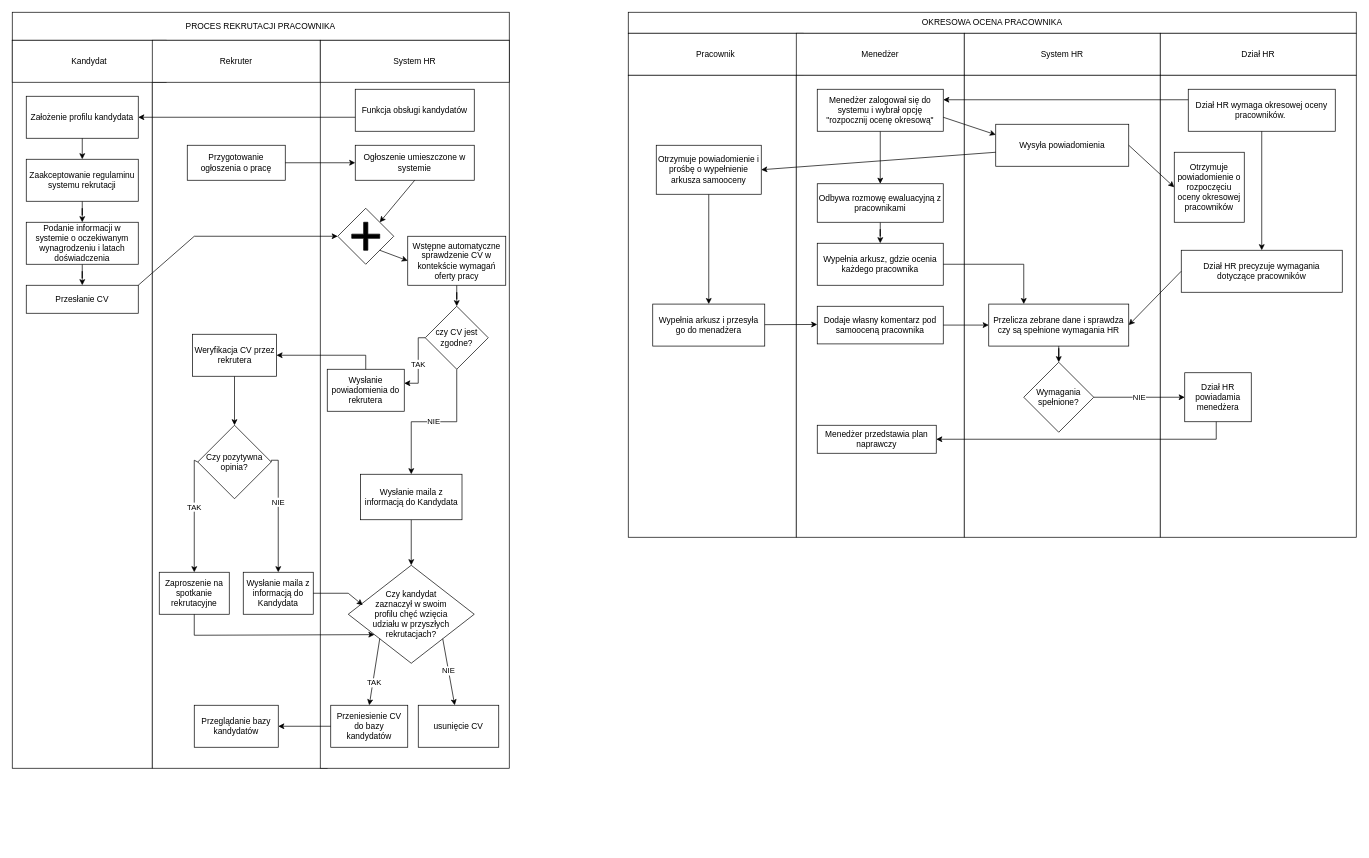
Above: Diagram bez tytułu.drawio in bwx33/draw (draw.io), before the change. Source tidied: cells renumbered, new cells numbered last; positions are measured from the earlier drawing's top-left corner, leaving out a move shared by most shapes. Both pictures are drawn from the tidied source at 70%, with x=0, y=0 at pixel (12, 12).
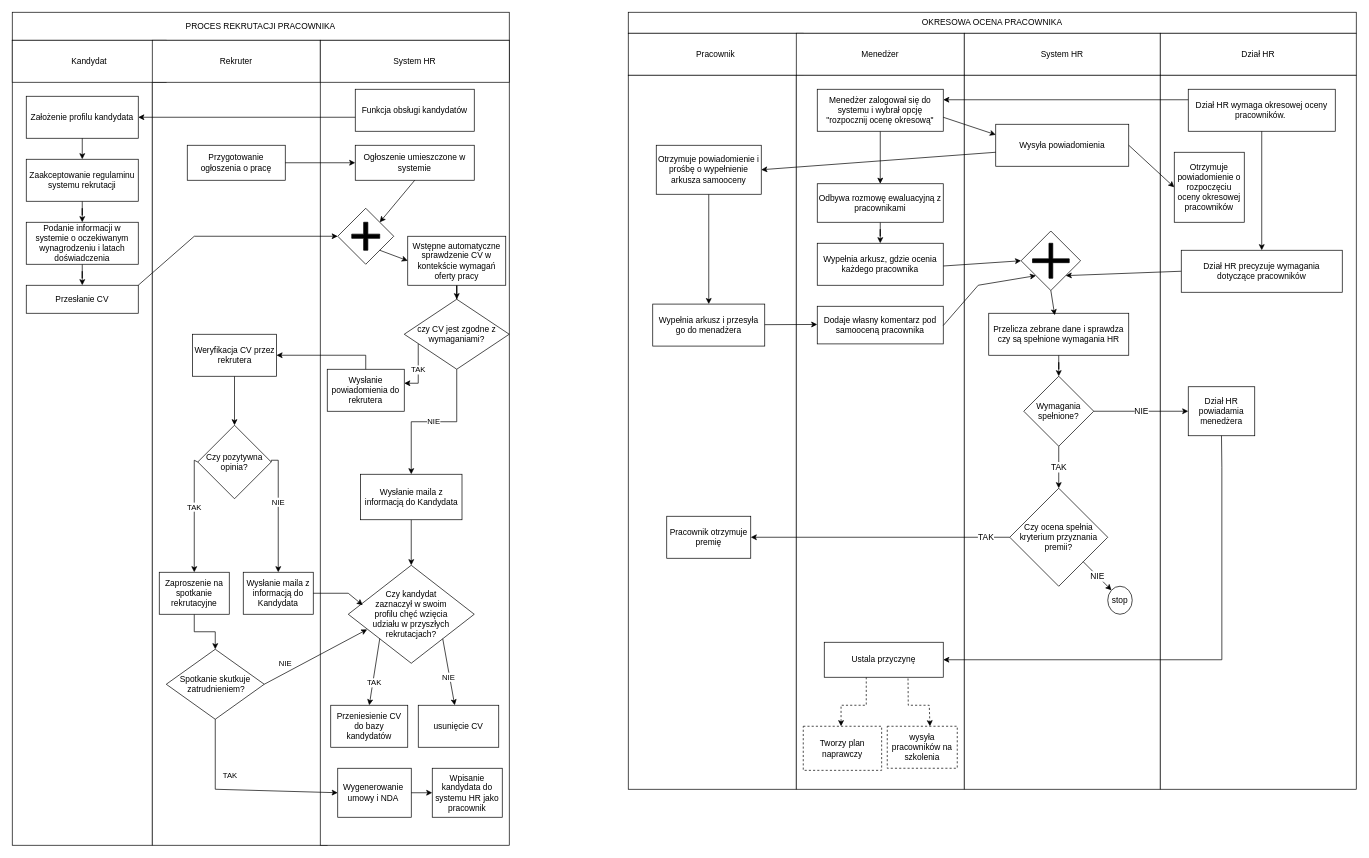
After the change.

Unchanged cells that the change refers to:
```xml
<mxCell id="24" value="Zaproszenie na spotkanie rekrutacyjne" style="rounded=0;whiteSpace=wrap;html=1;" parent="1" vertex="1">
  <mxGeometry x="210" y="800" width="100" height="60" as="geometry" />
</mxCell>
<mxCell id="37" value="Czy kandydat &lt;br&gt;zaznaczył w swoim &lt;br&gt;profilu chęć wzięcia &lt;br&gt;udziału w przyszłych rekrutacjach?" style="rhombus;whiteSpace=wrap;html=1;" parent="1" vertex="1">
  <mxGeometry x="480" y="790" width="180" height="140" as="geometry" />
</mxCell>
<mxCell id="39" value="Przeniesienie CV do bazy kandydatów" style="rounded=0;whiteSpace=wrap;html=1;" parent="1" vertex="1">
  <mxGeometry x="455" y="990" width="110" height="60" as="geometry" />
</mxCell>
<mxCell id="42" style="endArrow=classic;html=1;rounded=0;exitX=1;exitY=1;exitDx=0;exitDy=0;" parent="1" edge="1" source="37" target="38">
  <mxGeometry relative="1" as="geometry" />
</mxCell>
<mxCell id="78" value="Dział HR precyzuje wymagania &lt;br&gt;dotyczące pracowników" style="rounded=0;whiteSpace=wrap;html=1;" parent="1" vertex="1">
  <mxGeometry x="1670" y="340" width="230" height="60" as="geometry" />
</mxCell>
<mxCell id="80" value="Dodaje własny komentarz pod samooceną pracownika" style="rounded=0;whiteSpace=wrap;html=1;" parent="1" vertex="1">
  <mxGeometry x="1150" y="420" width="180" height="53.8" as="geometry" />
</mxCell>
```

Diff of the diagram source:
```diff
@@
     <mxCell id="2" style="rounded=0;whiteSpace=wrap;html=1;" parent="1" vertex="1">
-      <mxGeometry y="40" width="200" height="1040" as="geometry" />
+      <mxGeometry y="40" width="200" height="1150" as="geometry" />
     </mxCell>
     <mxCell id="3" style="rounded=0;whiteSpace=wrap;html=1;" parent="1" vertex="1">
-      <mxGeometry x="200" y="35" width="250" height="1045" as="geometry" />
+      <mxGeometry x="200" y="35" width="250" height="1155" as="geometry" />
     </mxCell>
     <mxCell id="4" style="rounded=0;whiteSpace=wrap;html=1;" parent="1" vertex="1">
-      <mxGeometry x="440" y="40" width="270" height="1040" as="geometry" />
+      <mxGeometry x="440" y="40" width="270" height="1150" as="geometry" />
     </mxCell>
@@
-    <mxCell id="16" value="czy CV jest zgodne?" style="rhombus;whiteSpace=wrap;html=1;" parent="1" vertex="1">
-      <mxGeometry x="590" y="420" width="90" height="90" as="geometry" />
+    <mxCell id="16" value="czy CV jest zgodne z wymaganiami?" style="rhombus;whiteSpace=wrap;html=1;" parent="1" vertex="1">
+      <mxGeometry x="560" y="410" width="150" height="100" as="geometry" />
     </mxCell>
@@
+    <mxCell id="91" style="edgeStyle=orthogonalEdgeStyle;rounded=0;jettySize=auto;html=1;" parent="1" edge="1" source="24" target="92">
+      <mxGeometry relative="1" as="geometry" />
+    </mxCell>
@@
     <mxCell id="43" value="NIE" style="edgeLabel;html=1;align=center;verticalAlign=middle;" parent="42" vertex="1">
-      <mxGeometry x="-0.04" y="-1" relative="1" as="geometry" />
+      <mxGeometry x="-0.04" y="-1" relative="1" as="geometry">
+        <mxPoint y="9" as="offset" />
+      </mxGeometry>
     </mxCell>
@@
-    <mxCell id="49" value="Przeglądanie bazy kandydatów" style="rounded=0;whiteSpace=wrap;html=1;" parent="1" vertex="1">
-      <mxGeometry x="260" y="990" width="120" height="60" as="geometry" />
-    </mxCell>
-    <mxCell id="50" style="endArrow=classic;html=1;rounded=0;entryX=1;entryY=0.5;entryDx=0;entryDy=0;exitX=0;exitY=0.5;exitDx=0;exitDy=0;" parent="1" edge="1" source="39" target="49">
-      <mxGeometry relative="1" as="geometry" />
-    </mxCell>
-    <mxCell id="51" style="endArrow=classic;html=1;rounded=0;entryX=0.208;entryY=0.708;entryDx=0;entryDy=0;entryPerimeter=0;exitX=0.5;exitY=1;exitDx=0;exitDy=0;" parent="1" edge="1" source="24" target="37">
-      <mxGeometry relative="1" as="geometry">
-        <Array as="points">
-          <mxPoint x="260" y="890" />
-        </Array>
-      </mxGeometry>
-    </mxCell>
@@
     <mxCell id="58" style="rounded=0;whiteSpace=wrap;html=1;" parent="1" vertex="1">
-      <mxGeometry x="880" y="90" width="240" height="660" as="geometry" />
+      <mxGeometry x="880" y="90" width="240" height="1020" as="geometry" />
     </mxCell>
     <mxCell id="59" style="rounded=0;whiteSpace=wrap;html=1;" parent="1" vertex="1">
-      <mxGeometry x="1120" y="90" width="240" height="660" as="geometry" />
+      <mxGeometry x="1120" y="90" width="240" height="1020" as="geometry" />
     </mxCell>
     <mxCell id="60" style="rounded=0;whiteSpace=wrap;html=1;" parent="1" vertex="1">
-      <mxGeometry x="1360" y="90" width="280" height="660" as="geometry" />
+      <mxGeometry x="1360" y="90" width="280" height="1020" as="geometry" />
     </mxCell>
     <mxCell id="61" style="rounded=0;whiteSpace=wrap;html=1;" parent="1" vertex="1">
-      <mxGeometry x="1640" y="90" width="280" height="660" as="geometry" />
+      <mxGeometry x="1640" y="90" width="280" height="1020" as="geometry" />
     </mxCell>
@@
     <mxCell id="75" value="Przelicza zebrane dane i sprawdza czy są spełnione wymagania HR" style="rounded=0;whiteSpace=wrap;html=1;" parent="1" vertex="1">
-      <mxGeometry x="1395" y="416.9" width="200" height="60" as="geometry" />
+      <mxGeometry x="1395" y="430" width="200" height="60" as="geometry" />
     </mxCell>
@@
-    <mxCell id="79" style="endArrow=classic;html=1;rounded=0;entryX=1;entryY=0.5;entryDx=0;entryDy=0;exitX=0;exitY=0.5;exitDx=0;exitDy=0;" parent="1" edge="1" source="78" target="75">
-      <mxGeometry relative="1" as="geometry" />
-    </mxCell>
@@
-    <mxCell id="84" style="endArrow=classic;html=1;rounded=0;entryX=0.25;entryY=0;entryDx=0;entryDy=0;" parent="1" edge="1" target="75">
-      <mxGeometry relative="1" as="geometry">
-        <mxPoint x="1330" y="360" as="sourcePoint" />
-        <Array as="points">
-          <mxPoint x="1445" y="360" />
-        </Array>
-      </mxGeometry>
-    </mxCell>
-    <mxCell id="85" style="endArrow=classic;html=1;rounded=0;entryX=0;entryY=0.5;entryDx=0;entryDy=0;exitX=1;exitY=0.5;exitDx=0;exitDy=0;" parent="1" edge="1" source="80" target="75">
-      <mxGeometry relative="1" as="geometry" />
-    </mxCell>
     <mxCell id="86" value="Wymagania spełnione?" style="rhombus;whiteSpace=wrap;html=1;rounded=0;" parent="1" vertex="1">
-      <mxGeometry x="1445" y="500" width="100" height="100" as="geometry" />
+      <mxGeometry x="1445" y="520" width="100" height="100" as="geometry" />
     </mxCell>
     <mxCell id="87" value="Dział HR powiadamia menedżera" style="rounded=0;whiteSpace=wrap;html=1;" parent="1" vertex="1">
-      <mxGeometry x="1675" y="515" width="95" height="70" as="geometry" />
+      <mxGeometry x="1680" y="535" width="95" height="70" as="geometry" />
     </mxCell>
-    <mxCell id="88" value="NIE" style="endArrow=classic;html=1;rounded=0;entryX=0;entryY=0.5;entryDx=0;entryDy=0;" parent="1" edge="1" target="87">
-      <mxGeometry relative="1" as="geometry">
-        <mxPoint x="1545" y="550" as="sourcePoint" />
-      </mxGeometry>
+    <mxCell id="88" value="NIE" style="endArrow=classic;html=1;rounded=0;entryX=0;entryY=0.5;entryDx=0;entryDy=0;exitX=1;exitY=0.5;exitDx=0;exitDy=0;fontSize=12;" parent="1" edge="1" source="86" target="87">
+      <mxGeometry relative="1" as="geometry" />
     </mxCell>
-    <mxCell id="89" value="Menedżer przedstawia plan naprawczy" style="rounded=0;whiteSpace=wrap;html=1;" parent="1" vertex="1">
-      <mxGeometry x="1150" y="590" width="170" height="40" as="geometry" />
-    </mxCell>
-    <mxCell id="90" style="endArrow=classic;html=1;rounded=0;entryX=1;entryY=0.5;entryDx=0;entryDy=0;" parent="1" edge="1" target="89">
-      <mxGeometry relative="1" as="geometry">
-        <mxPoint x="1720" y="585" as="sourcePoint" />
-        <Array as="points">
-          <mxPoint x="1720" y="610" />
-        </Array>
-      </mxGeometry>
-    </mxCell>
+    <mxCell id="92" value="Spotkanie skutkuje&lt;br&gt;&amp;nbsp;zatrudnieniem?" style="rhombus;whiteSpace=wrap;html=1;rounded=0;" parent="1" vertex="1">
+      <mxGeometry x="220" y="910" width="140" height="100" as="geometry" />
+    </mxCell>
+    <mxCell id="93" value="Wygenerowanie&amp;nbsp; umowy i NDA&amp;nbsp;" style="whiteSpace=wrap;html=1;rounded=0;" parent="1" vertex="1">
+      <mxGeometry x="465" y="1080" width="105" height="70" as="geometry" />
+    </mxCell>
+    <mxCell id="94" style="endArrow=classic;html=1;rounded=0;entryX=0;entryY=0.5;entryDx=0;entryDy=0;" parent="1" edge="1" target="93">
+      <mxGeometry relative="1" as="geometry">
+        <mxPoint x="290" y="1010" as="sourcePoint" />
+        <Array as="points">
+          <mxPoint x="290" y="1110" />
+        </Array>
+      </mxGeometry>
+    </mxCell>
+    <mxCell id="95" value="TAK" style="edgeLabel;html=1;align=center;verticalAlign=middle;" parent="94" vertex="1">
+      <mxGeometry x="0.25" y="2" relative="1" as="geometry">
+        <mxPoint x="-52" y="-20" as="offset" />
+      </mxGeometry>
+    </mxCell>
+    <mxCell id="96" style="endArrow=classic;html=1;rounded=0;entryX=0.15;entryY=0.655;entryDx=0;entryDy=0;entryPerimeter=0;exitX=1;exitY=0.5;exitDx=0;exitDy=0;" parent="1" edge="1" source="92" target="37">
+      <mxGeometry relative="1" as="geometry" />
+    </mxCell>
+    <mxCell id="97" value="NIE" style="edgeLabel;html=1;align=center;verticalAlign=middle;" parent="96" vertex="1">
+      <mxGeometry x="-0.37" y="-1" relative="1" as="geometry">
+        <mxPoint x="-17" y="-6" as="offset" />
+      </mxGeometry>
+    </mxCell>
+    <mxCell id="98" style="endArrow=classic;html=1;rounded=0;exitX=1;exitY=0.5;exitDx=0;exitDy=0;entryX=0;entryY=0.5;entryDx=0;entryDy=0;" parent="1" edge="1" source="93" target="99">
+      <mxGeometry relative="1" as="geometry" />
+    </mxCell>
+    <mxCell id="99" value="Wpisanie kandydata do systemu HR jako pracownik" style="rounded=0;whiteSpace=wrap;html=1;" parent="1" vertex="1">
+      <mxGeometry x="600" y="1080" width="100" height="70" as="geometry" />
+    </mxCell>
+    <mxCell id="100" style="edgeStyle=orthogonalEdgeStyle;rounded=0;jettySize=auto;html=1;dashed=1;" parent="1" edge="1" source="111" target="108">
+      <mxGeometry relative="1" as="geometry">
+        <Array as="points">
+          <mxPoint x="1220" y="990" />
+          <mxPoint x="1184" y="990" />
+        </Array>
+      </mxGeometry>
+    </mxCell>
+    <mxCell id="101" style="endArrow=classic;html=1;rounded=0;entryX=1;entryY=0.5;entryDx=0;entryDy=0;exitX=0.5;exitY=1;exitDx=0;exitDy=0;" parent="1" edge="1" source="87" target="111">
+      <mxGeometry relative="1" as="geometry">
+        <Array as="points">
+          <mxPoint x="1728" y="650" />
+          <mxPoint x="1728" y="925" />
+        </Array>
+      </mxGeometry>
+    </mxCell>
+    <mxCell id="102" style="rhombus;whiteSpace=wrap;html=1;" parent="1" vertex="1">
+      <mxGeometry x="1441.2" y="312.5" width="85" height="85" as="geometry" />
+    </mxCell>
+    <mxCell id="103" style="shape=cross;whiteSpace=wrap;html=1;size=0.10947368421052034;fillColor=#000000;" parent="1" vertex="1">
+      <mxGeometry x="1457.5" y="330" width="52.5" height="50" as="geometry" />
+    </mxCell>
+    <mxCell id="104" style="endArrow=classic;html=1;rounded=0;entryX=0;entryY=1;entryDx=0;entryDy=0;" parent="1" edge="1" target="102">
+      <mxGeometry relative="1" as="geometry">
+        <mxPoint x="1330" y="447.5" as="sourcePoint" />
+        <Array as="points">
+          <mxPoint x="1380" y="390" />
+        </Array>
+      </mxGeometry>
+    </mxCell>
+    <mxCell id="105" style="endArrow=classic;html=1;rounded=0;entryX=1;entryY=1;entryDx=0;entryDy=0;" parent="1" edge="1" target="102">
+      <mxGeometry relative="1" as="geometry">
+        <mxPoint x="1670" y="370" as="sourcePoint" />
+      </mxGeometry>
+    </mxCell>
+    <mxCell id="106" style="endArrow=classic;html=1;rounded=0;entryX=0;entryY=0.5;entryDx=0;entryDy=0;" parent="1" edge="1" target="102">
+      <mxGeometry relative="1" as="geometry">
+        <mxPoint x="1330" y="362.5" as="sourcePoint" />
+      </mxGeometry>
+    </mxCell>
+    <mxCell id="107" style="endArrow=classic;html=1;rounded=0;entryX=0.471;entryY=0.046;entryDx=0;entryDy=0;entryPerimeter=0;exitX=0.5;exitY=1;exitDx=0;exitDy=0;" parent="1" edge="1" source="102" target="75">
+      <mxGeometry relative="1" as="geometry" />
+    </mxCell>
+    <mxCell id="108" value="Tworzy plan naprawczy" style="whiteSpace=wrap;html=1;rounded=0;dashed=1;" parent="1" vertex="1">
+      <mxGeometry x="1130" y="1020" width="112" height="63" as="geometry" />
+    </mxCell>
+    <mxCell id="109" value="wysyła pracowników na szkolenia" style="rounded=0;whiteSpace=wrap;html=1;dashed=1;" parent="1" vertex="1">
+      <mxGeometry x="1250" y="1020" width="100" height="60" as="geometry" />
+    </mxCell>
+    <mxCell id="110" style="endArrow=classic;html=1;rounded=0;strokeColor=default;dashed=1;exitX=0.704;exitY=1.035;exitDx=0;exitDy=0;exitPerimeter=0;" parent="1" edge="1" source="111">
+      <mxGeometry relative="1" as="geometry">
+        <mxPoint x="1311" y="1020" as="targetPoint" />
+        <Array as="points">
+          <mxPoint x="1280" y="990" />
+          <mxPoint x="1310" y="990" />
+        </Array>
+      </mxGeometry>
+    </mxCell>
+    <mxCell id="111" value="Ustala przyczynę" style="whiteSpace=wrap;html=1;rounded=0;" parent="1" vertex="1">
+      <mxGeometry x="1160" y="900" width="170" height="50" as="geometry" />
+    </mxCell>
+    <mxCell id="112" value="TAK" style="endArrow=classic;html=1;rounded=0;exitX=0.5;exitY=1;exitDx=0;exitDy=0;fontSize=12;" parent="1" edge="1" source="86">
+      <mxGeometry relative="1" as="geometry">
+        <mxPoint x="1495" y="680" as="targetPoint" />
+      </mxGeometry>
+    </mxCell>
+    <mxCell id="113" value="Pracownik otrzymuje premię" style="rounded=0;whiteSpace=wrap;html=1;" parent="1" vertex="1">
+      <mxGeometry x="935" y="720" width="120" height="60" as="geometry" />
+    </mxCell>
+    <mxCell id="114" style="endArrow=classic;html=1;rounded=0;entryX=1;entryY=0.5;entryDx=0;entryDy=0;exitX=0;exitY=0.5;exitDx=0;exitDy=0;" parent="1" edge="1" source="116" target="113">
+      <mxGeometry relative="1" as="geometry">
+        <Array as="points">
+          <mxPoint x="1400" y="750" />
+        </Array>
+      </mxGeometry>
+    </mxCell>
+    <mxCell id="115" value="TAK" style="edgeLabel;html=1;align=center;verticalAlign=middle;fontSize=12;" parent="114" vertex="1">
+      <mxGeometry x="0.07" y="1" relative="1" as="geometry">
+        <mxPoint x="163" y="-1" as="offset" />
+      </mxGeometry>
+    </mxCell>
+    <mxCell id="116" value="Czy ocena spełnia kryterium przyznania premii?" style="rhombus;whiteSpace=wrap;html=1;align=center;" parent="1" vertex="1">
+      <mxGeometry x="1425" y="680" width="140" height="140" as="geometry" />
+    </mxCell>
+    <mxCell id="117" value="stop" style="ellipse;whiteSpace=wrap;html=1;" parent="1" vertex="1">
+      <mxGeometry x="1565" y="820" width="35" height="40" as="geometry" />
+    </mxCell>
+    <mxCell id="118" value="&lt;font style=&quot;font-size: 12px;&quot;&gt;NIE&lt;/font&gt;" style="endArrow=classic;html=1;rounded=0;entryX=0;entryY=0;entryDx=0;entryDy=0;exitX=1;exitY=1;exitDx=0;exitDy=0;" parent="1" edge="1" source="116" target="117">
+      <mxGeometry relative="1" as="geometry" />
+    </mxCell>
```
